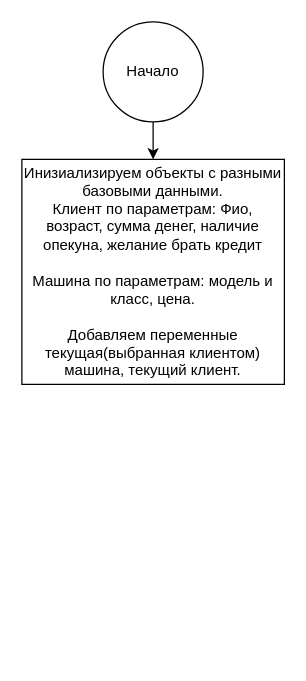
Before: Untitled Diagram.drawio in AlexandrinaPD/MyDZLec5JavaLang_2, a draw.io diagram. Source tidied: cells renumbered, new cells numbered last; positions are measured from the earlier drawing's top-left corner, leaving out a move shared by most shapes. Both pictures are drawn from the tidied source at 125%, with x=0, y=0 at pixel (21, 21).
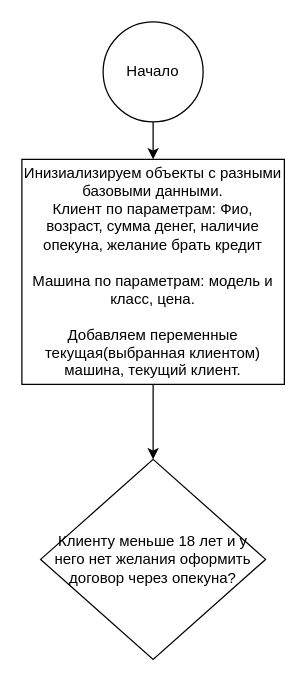
Above is the later version.

Change to the diagram source:
```diff
@@
 <mxGraphModel>
   <root>
     <mxCell id="0" />
     <mxCell id="1" parent="0" />
     <mxCell id="2" style="edgeStyle=orthogonalEdgeStyle;rounded=0;jettySize=auto;html=1;" parent="1" edge="1" source="3" target="4">
       <mxGeometry relative="1" as="geometry" />
     </mxCell>
     <mxCell id="3" value="Начало" style="ellipse;whiteSpace=wrap;html=1;" parent="1" vertex="1">
       <mxGeometry x="65" width="80" height="80" as="geometry" />
     </mxCell>
+    <mxCell id="5" style="edgeStyle=orthogonalEdgeStyle;rounded=0;jettySize=auto;html=1;" parent="1" edge="1" source="4" target="6">
+      <mxGeometry relative="1" as="geometry" />
+    </mxCell>
     <mxCell id="4" value="Инизиализируем объекты с разными базовыми данными.&lt;br&gt;Клиент по параметрам: Фио, возраст, сумма денег, наличие опекуна, желание брать кредит&lt;br&gt;&lt;br&gt;Машина по параметрам: модель и класс, цена.&lt;br&gt;&lt;br&gt;Добавляем переменные текущая(выбранная клиентом) машина, текущий клиент." style="whiteSpace=wrap;html=1;" parent="1" vertex="1">
       <mxGeometry y="110" width="210" height="180" as="geometry" />
     </mxCell>
+    <mxCell id="6" value="Клиенту меньше 18 лет и у него нет желания оформить договор через опекуна?" style="rhombus;whiteSpace=wrap;html=1;" parent="1" vertex="1">
+      <mxGeometry x="15" y="350" width="180" height="160" as="geometry" />
+    </mxCell>
   </root>
 </mxGraphModel>
```
